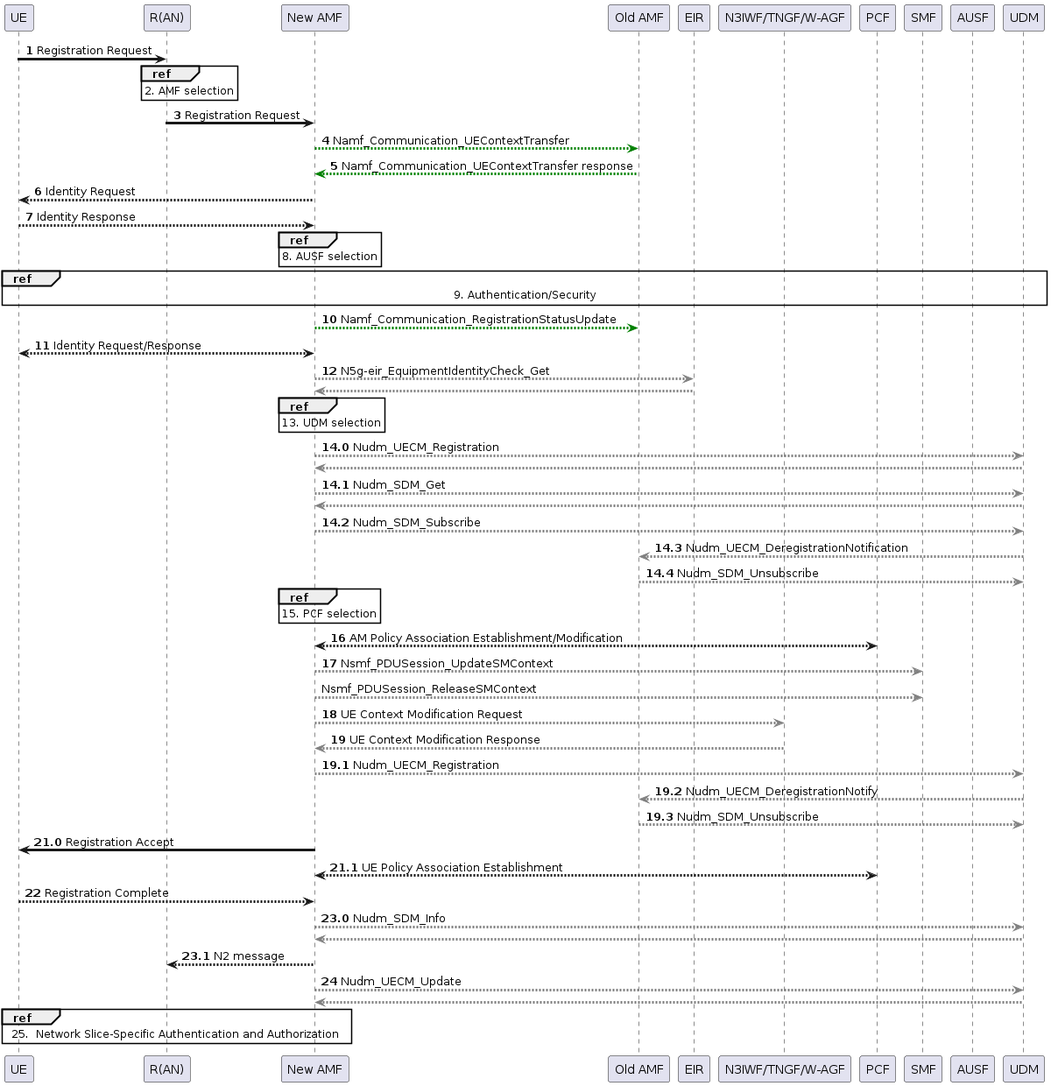
tariromukute/5gc-features keeps this PlantUML diagram as 5G_UMLs/Procedures/General Registration.png. Above is the earlier version.
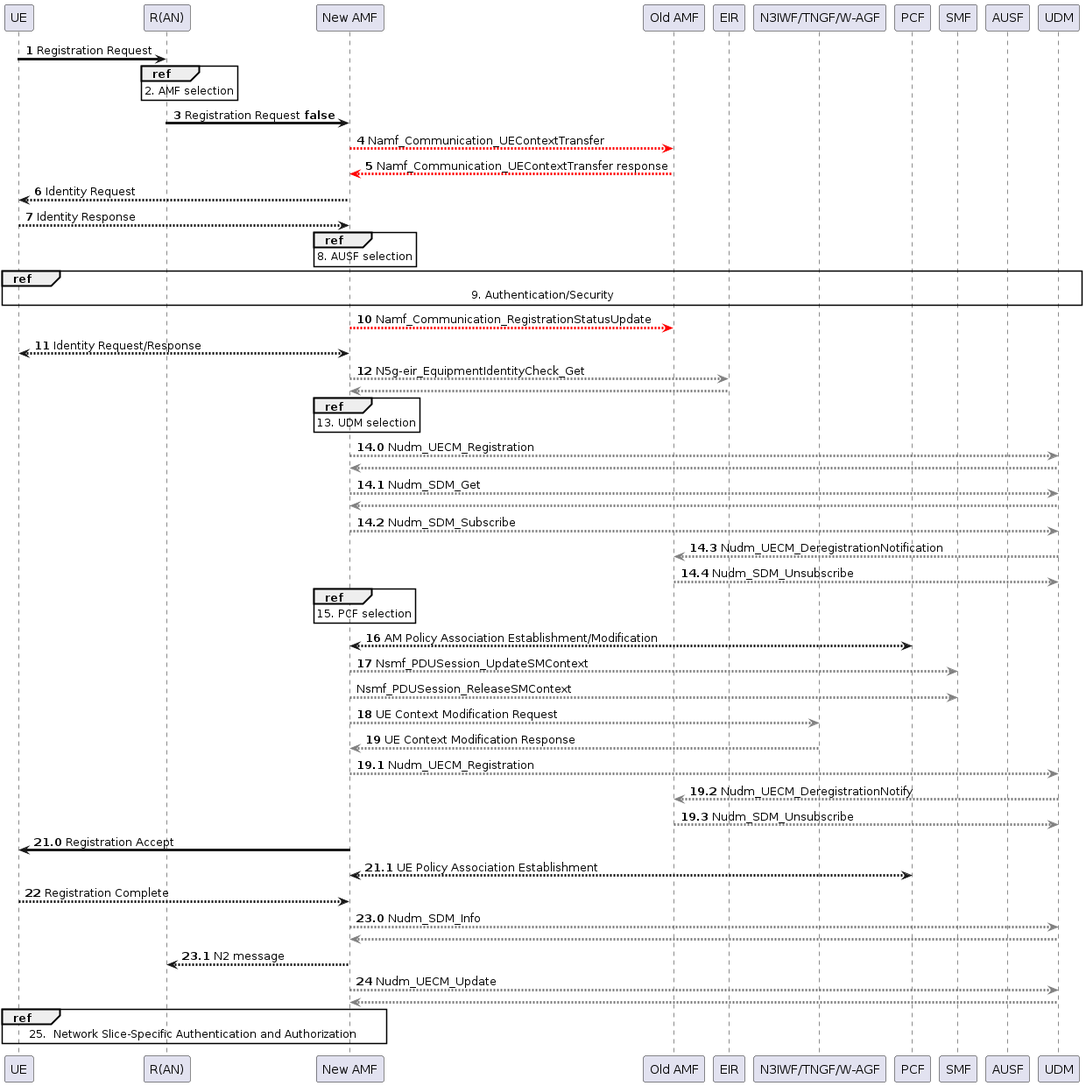
Later version of the same file.

What changed in the source:
```diff
@@ -1,7 +1,7 @@
 @startuml General Registration
 
 !include /home/common.puml
-!include /home/vars/Namf_Communication.puml
+!$Namf_Communication = %load_json("/home/vars/Namf_Communication.json")
 
 !$DEFAULT_COLOR = "#gray"
 
@@ -16,22 +16,22 @@
 participant AUSF as AUSF
 participant UDM as UDM
 
-!$Namf_Communication_UEContextTransfer ?= $DEFAULT_COLOR
-!$Namf_Communication_RegistrationStatusUpdate ?= $DEFAULT_COLOR
-!$N5geir_EquipmentIdentityCheck_Get ?= $DEFAULT_COLOR
-!$Nudm_UECM_Registration ?= $DEFAULT_COLOR
-!$Nudm_SDM_Get ?= $DEFAULT_COLOR
-!$Nudm_SDM_Subscribe ?= $DEFAULT_COLOR
-!$Nudm_UECM_DeregistrationNotification ?= $DEFAULT_COLOR
-!$Nudm_SDM_Unsubscribe ?= $DEFAULT_COLOR
-!$Nsmf_PDUSession_UpdateSMContext ?= $DEFAULT_COLOR
-!$Nsmf_PDUSession_ReleaseSMContext ?= $DEFAULT_COLOR
-!$Nudm_UECM_Registration ?= $DEFAULT_COLOR
-!$Nudm_UECM_DeregistrationNotify ?= $DEFAULT_COLOR
-!$Nudm_SDM_Unsubscribe ?= $DEFAULT_COLOR
-!$Nudm_SDM_Info ?= $DEFAULT_COLOR
-!$Nudm_UECM_Update ?= $DEFAULT_COLOR
-!$UE_Context_Modification ?= $DEFAULT_COLOR
+!$Namf_Communication_UEContextTransfer_Color = $color($Namf_Communication.Namf_Communication_UEContextTransfer)
+!$Namf_Communication_RegistrationStatusUpdate_Color ?= $color($Namf_Communication.Namf_Communication_RegistrationStatusUpdate)
+!$N5geir_EquipmentIdentityCheck_Get_Color ?= $color($Namf_Communication.N5geir_EquipmentIdentityCheck_Get)
+!$Nudm_UECM_Registration_Color ?= $color($Namf_Communication.Nudm_UECM_Registration)
+!$Nudm_SDM_Get_Color ?= $color($Namf_Communication.Nudm_SDM_Get)
+!$Nudm_SDM_Subscribe_Color ?= $color($Namf_Communication.Nudm_SDM_Subscribe)
+!$Nudm_UECM_DeregistrationNotification_Color ?= $color($Namf_Communication.Nudm_UECM_DeregistrationNotification)
+!$Nudm_SDM_Unsubscribe_Color ?= $color($Namf_Communication.Nudm_SDM_Unsubscribe)
+!$Nsmf_PDUSession_UpdateSMContext_Color ?= $color($Namf_Communication.Nsmf_PDUSession_UpdateSMContext)
+!$Nsmf_PDUSession_ReleaseSMContext_Color ?= $color($Namf_Communication.Nsmf_PDUSession_ReleaseSMContext)
+!$Nudm_UECM_Registration_Color ?= $color($Namf_Communication.Nudm_UECM_Registration)
+!$Nudm_UECM_DeregistrationNotify_Color ?= $color($Namf_Communication.Nudm_UECM_DeregistrationNotify)
+!$Nudm_SDM_Unsubscribe_Color ?= $color($Namf_Communication.Nudm_SDM_Unsubscribe)
+!$Nudm_SDM_Info_Color ?= $color($Namf_Communication.Nudm_SDM_Info)
+!$Nudm_UECM_Update_Color ?= $color($Namf_Communication.Nudm_UECM_Update)
+!$UE_Context_Modification_Color ?= $color($Namf_Communication.UE_Context_Modification)
 
 autonumber
 UE -> RAN : Registration Request
@@ -41,9 +41,9 @@
 end ref
 
 autonumber 3
-RAN -> NAMF : Registration Request
-NAMF -[$Namf_Communication_UEContextTransfer]-> OAMF : Namf_Communication_UEContextTransfer
-NAMF <-[$Namf_Communication_UEContextTransfer]- OAMF : Namf_Communication_UEContextTransfer response
+RAN -> NAMF : Registration Request **$Namf_Communication.Namf_Communication_UEContextTransfer**
+NAMF -[$Namf_Communication_UEContextTransfer_Color]-> OAMF : Namf_Communication_UEContextTransfer
+NAMF <-[$Namf_Communication_UEContextTransfer_Color]- OAMF : Namf_Communication_UEContextTransfer response
 NAMF --> UE : Identity Request
 NAMF <-- UE : Identity Response
 
@@ -56,28 +56,28 @@
 end ref
 
 autonumber 10
-NAMF -[$Namf_Communication_RegistrationStatusUpdate]-> OAMF : Namf_Communication_RegistrationStatusUpdate
+NAMF -[$Namf_Communication_RegistrationStatusUpdate_Color]-> OAMF : Namf_Communication_RegistrationStatusUpdate
 NAMF <--> UE : Identity Request/Response
-NAMF -[$N5geir_EquipmentIdentityCheck_Get]-> EIR : N5g-eir_EquipmentIdentityCheck_Get
+NAMF -[$N5geir_EquipmentIdentityCheck_Get_Color]-> EIR : N5g-eir_EquipmentIdentityCheck_Get
 autonumber stop
-NAMF <-[$N5geir_EquipmentIdentityCheck_Get]- EIR
+NAMF <-[$N5geir_EquipmentIdentityCheck_Get_Color]- EIR
 
 ref over NAMF
     13. UDM selection
 end ref
 
 autonumber 14.0
-NAMF -[$Nudm_UECM_Registration]-> UDM : Nudm_UECM_Registration
+NAMF -[$Nudm_UECM_Registration_Color]-> UDM : Nudm_UECM_Registration
 autonumber stop
-NAMF <-[$Nudm_UECM_Registration]- UDM
+NAMF <-[$Nudm_UECM_Registration_Color]- UDM
 autonumber resume
-NAMF -[$Nudm_SDM_Get]-> UDM : Nudm_SDM_Get
+NAMF -[$Nudm_SDM_Get_Color]-> UDM : Nudm_SDM_Get
 autonumber stop
-NAMF <-[$Nudm_SDM_Get]- UDM
+NAMF <-[$Nudm_SDM_Get_Color]- UDM
 autonumber resume
-NAMF -[$Nudm_SDM_Subscribe]-> UDM : Nudm_SDM_Subscribe
-UDM -[$Nudm_UECM_DeregistrationNotification]-> OAMF : Nudm_UECM_DeregistrationNotification
-UDM <-[$Nudm_SDM_Unsubscribe]- OAMF : Nudm_SDM_Unsubscribe
+NAMF -[$Nudm_SDM_Subscribe_Color]-> UDM : Nudm_SDM_Subscribe
+UDM -[$Nudm_UECM_DeregistrationNotification_Color]-> OAMF : Nudm_UECM_DeregistrationNotification
+UDM <-[$Nudm_SDM_Unsubscribe_Color]- OAMF : Nudm_SDM_Unsubscribe
 
 autonumber stop
 ref over NAMF
@@ -86,31 +86,31 @@
 
 autonumber 16
 NAMF <--> PCF : AM Policy Association Establishment/Modification
-NAMF -[$Nsmf_PDUSession_UpdateSMContext]-> SMF : Nsmf_PDUSession_UpdateSMContext
+NAMF -[$Nsmf_PDUSession_UpdateSMContext_Color]-> SMF : Nsmf_PDUSession_UpdateSMContext
 autonumber stop
-NAMF -[$Nsmf_PDUSession_ReleaseSMContext]-> SMF : Nsmf_PDUSession_ReleaseSMContext
+NAMF -[$Nsmf_PDUSession_ReleaseSMContext_Color]-> SMF : Nsmf_PDUSession_ReleaseSMContext
 autonumber resume
-NAMF -[$UE_Context_Modification]-> WGF : UE Context Modification Request
-NAMF <-[$UE_Context_Modification]- WGF : UE Context Modification Response
+NAMF -[$UE_Context_Modification_Color]-> WGF : UE Context Modification Request
+NAMF <-[$UE_Context_Modification_Color]- WGF : UE Context Modification Response
 autonumber 19.1
-NAMF -[$Nudm_UECM_Registration]-> UDM : Nudm_UECM_Registration
-UDM -[$Nudm_UECM_DeregistrationNotify]-> OAMF : Nudm_UECM_DeregistrationNotify
-UDM <-[$Nudm_SDM_Unsubscribe]- OAMF : Nudm_SDM_Unsubscribe
+NAMF -[$Nudm_UECM_Registration_Color]-> UDM : Nudm_UECM_Registration
+UDM -[$Nudm_UECM_DeregistrationNotify_Color]-> OAMF : Nudm_UECM_DeregistrationNotify
+UDM <-[$Nudm_SDM_Unsubscribe_Color]- OAMF : Nudm_SDM_Unsubscribe
 autonumber 21.0
 NAMF -> UE :  Registration Accept
 NAMF <--> PCF :  UE Policy Association Establishment
 autonumber 22
 NAMF <-- UE :  Registration Complete
 autonumber 23.0
-NAMF -[$Nudm_SDM_Info]-> UDM : Nudm_SDM_Info
+NAMF -[$Nudm_SDM_Info_Color]-> UDM : Nudm_SDM_Info
 autonumber stop
-NAMF <-[$Nudm_SDM_Info]- UDM
+NAMF <-[$Nudm_SDM_Info_Color]- UDM
 autonumber resume
 NAMF --> RAN : N2 message
 autonumber 24
-NAMF -[$Nudm_UECM_Update]-> UDM : Nudm_UECM_Update
+NAMF -[$Nudm_UECM_Update_Color]-> UDM : Nudm_UECM_Update
 autonumber stop
-NAMF <-[$Nudm_UECM_Update]- UDM
+NAMF <-[$Nudm_UECM_Update_Color]- UDM
 autonumber resume
 
 ref over UE, NAMF
```
